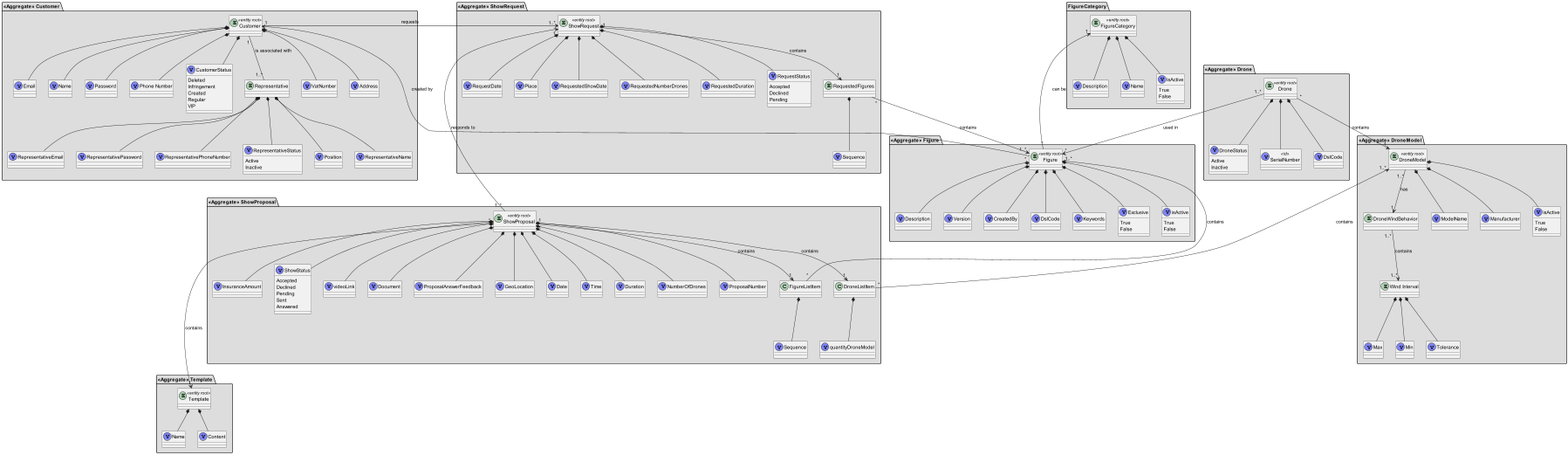
The PlantUML diagram docs/Global_Artifacts/domain-model.png in rubenFreitas1/ISEP-LAPR4-2024-2025, before a commit.
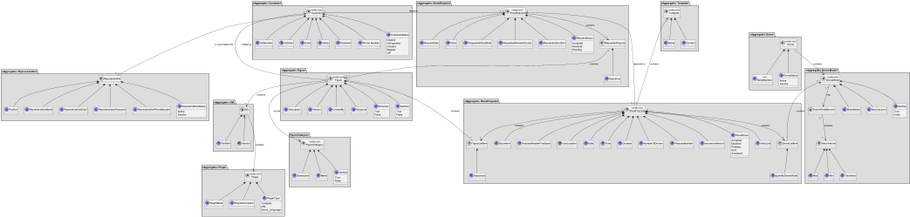
After the change.

Commit message:
Domain Model update

What changed in the source:
```diff
@@ -1,4 +1,31 @@
 @startuml
+
+package "**«Aggregate» Representative**" #DDDDDD {
+        entity "Representative" as entity_representative {
+        }
+        class "Position" as vObject_position <<(V, #7E84F7)>> {
+        }
+        class "RepresentativeName" as vObject_representativeName <<(V, #7E84F7)>> {
+        }
+        class "RepresentativeEmail" as vObject_representativeEmail <<(V, #7E84F7)>> {
+        }
+        class "RepresentativePassword" as vObject_representativePassword <<(V, #7E84F7)>> {
+        }
+        class "RepresentativePhoneNumber" as vObject_representativePhoneNumber <<(V, #7E84F7)>> {
+        }
+        class "RepresentativeStatus" as vObject_representativeStatus <<(V, #7E84F7)>> {
+        Active
+        Inactive
+        }
+
+        entity_representative *-- vObject_position
+        entity_representative *-- vObject_representativeName
+        entity_representative *-- vObject_representativeEmail
+        entity_representative *-- vObject_representativePassword
+        entity_representative *-- vObject_representativePhoneNumber
+        entity_representative *-- vObject_representativeStatus
+}
+
 
 package "**«Aggregate» Customer**" #DDDDDD {
 
@@ -30,35 +57,6 @@
                     VIP
         }
 
-        entity "Representative" as entity_representative {
-            }
-
-        class "Position" as vObject_position <<(V, #7E84F7)>> {
-            }
-
-        class "RepresentativeName" as vObject_representativeName <<(V, #7E84F7)>> {
-        }
-        class "RepresentativeEmail" as vObject_representativeEmail <<(V, #7E84F7)>> {
-        }
-        class "RepresentativePassword" as vObject_representativePassword <<(V, #7E84F7)>> {
-                }
-        class "RepresentativePhoneNumber" as vObject_representativePhoneNumber <<(V, #7E84F7)>> {
-        }
-        class "RepresentativeStatus" as vObject_representativeStatus <<(V, #7E84F7)>> {
-            Active
-            Inactive
-        }
-
-
-
-        entity_representative *-- vObject_position
-        entity_representative *-- vObject_representativeName
-        entity_representative *-- vObject_representativeEmail
-        entity_representative *-- vObject_representativePassword
-        entity_representative *-- vObject_representativePhoneNumber
-        entity_representative *-- vObject_representativeStatus
-
-        entity_customer "1"--"1..*"  entity_representative: "is associated with"
         entity_customer *--down vObject_customerStatus
         entity_customer *--down vObject_customerAddress
         entity_customer *--down vObject_vatNumber
@@ -74,18 +72,48 @@
 
         entity "Drone" as entity_drone <<entity root>> {
         }
+
         class "SerialNumber" as vObject_serialNumber <<id>> <<(V, #7E84F7)>> {
         }
-        class "DslCode" as vObject_dslCode <<(V, #7E84F7)>> {
-        }
+
         class "DroneStatus" as vObject_droneStatus <<(V, #7E84F7)>> {
             Active
             Inactive
         }
 
+
         entity_drone *--down vObject_droneStatus
-        entity_drone *--down vObject_dslCode
         entity_drone *--down vObject_serialNumber
+}
+
+package "**«Aggregate» DSL**" #DDDDDD {
+        entity "DSL" as entity_DSL {
+        }
+        class "FilePath" as vObject_filePath <<(V, #7E84F7)>> {
+        }
+        class "Version" as vObject_version <<(V, #7E84F7)>> {
+        }
+        entity_DSL *--down vObject_filePath
+        entity_DSL *--down vObject_version
+
+}
+
+
+package "**«Aggregate» Plugin**" #DDDDDD {
+    entity "Plugin" as entity_Plugin <<entity root>> {
+    }
+    class "PluginName" as vObject_pluginName <<(V, #7E84F7)>> {
+    }
+    class "PluginDescription" as vObject_pluginDescription <<(V, #7E84F7)>> {
+    }
+    class "PluginType" as vObject_pluginType <<(V, #7E84F7)>> {
+        Template
+        DSL
+        Drone_Language
+    }
+   entity_Plugin *-- vObject_pluginName
+   entity_Plugin *-- vObject_pluginDescription
+   entity_Plugin *-- vObject_pluginType
 }
 
 package "**«Aggregate» DroneModel**" #DDDDDD {
@@ -238,13 +266,12 @@
 
         entity "Figure" as entity_figure <<entity root>> {
         }
+
         class "Description" as vObject_description <<(V, #7E84F7)>> {
         }
         class "Version" as vObject_figureVersion <<(V, #7E84F7)>> {
         }
         class "CreatedBy" as vObject_createdBy <<(V, #7E84F7)>> {
-        }
-        class "DslCode" as vObject_dslCode <<(V, #7E84F7)>> {
         }
         class "Keywords" as vObject_keywords <<(V, #7E84F7)>> {
         }
@@ -262,7 +289,7 @@
         entity_figure *--down vObject_createdBy
         entity_figure *--down vObject_description
         entity_figure *--down vObject_figureVersion
-        entity_figure *--down vObject_dslCode
+
         entity_figure *--down vObject_keywords
 
 }
@@ -291,10 +318,11 @@
 entity_figure "*"-->"1" entity_customer: "created by"
 entity_figureListItem "*" --down> "1..*" entity_figure:"contains"
 entity_requestedFigures "*" -->"1..*" entity_figure:"contains"
-entity_figureCategory "1"<--down- "*" entity_figure: "can be"
+entity_figureCategory "1"<--up- "*" entity_figure: "can be"
 entity_droneListItem "*" --up-> "1..*" entity_droneModel: "contains"
-entity_drone "1..*"-->"*" entity_figure: "used in"
 entity_droneModel "1"<--up "*" entity_drone: "contains"
-entity_template "1" <-up--- "*" entity_showProposal: "contains"
-
+entity_template "1" <-down--- "*" entity_showProposal: "contains"
+entity_Plugin "1" <-up-- "1..*" entity_DSL: "contains"
+entity_customer "1"---"1..*"  entity_representative: "is associated with"
+entity_figure "*" --> "1" entity_DSL: "contains"
 @enduml
```
